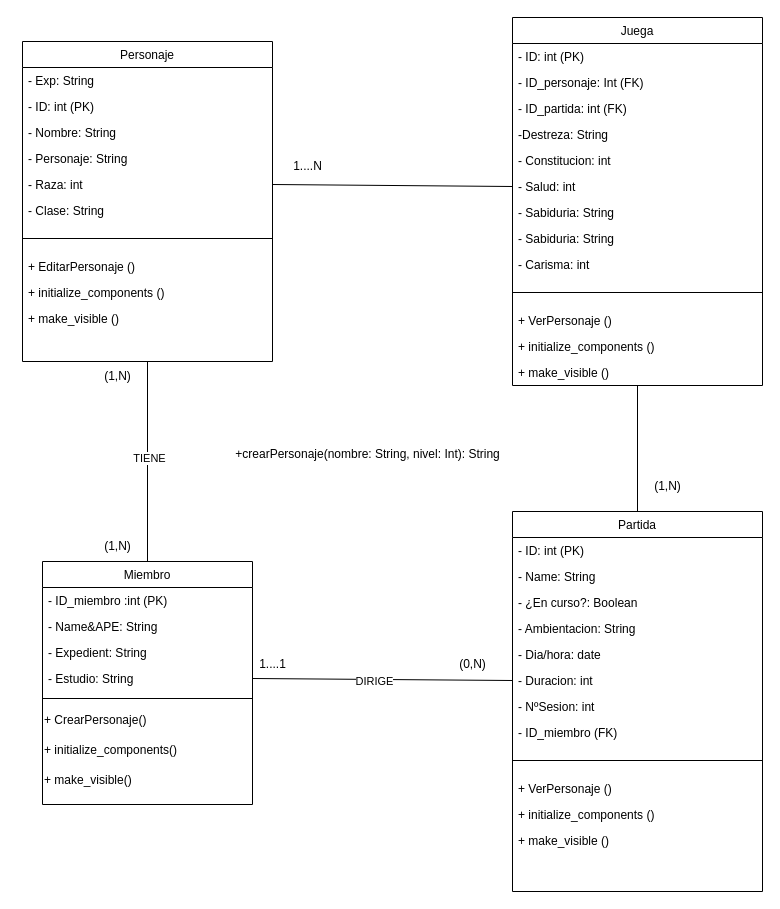
This is Entornos/Diagrama de clases.drawio from ruben170305/AdraKode, a draw.io file, before an edit. Source tidied: cells renumbered, new cells numbered last; positions are measured from the earlier drawing's top-left corner, leaving out a move shared by most shapes. Both pictures are drawn from the tidied source at 100%, with x=0, y=0 at pixel (22, 17).
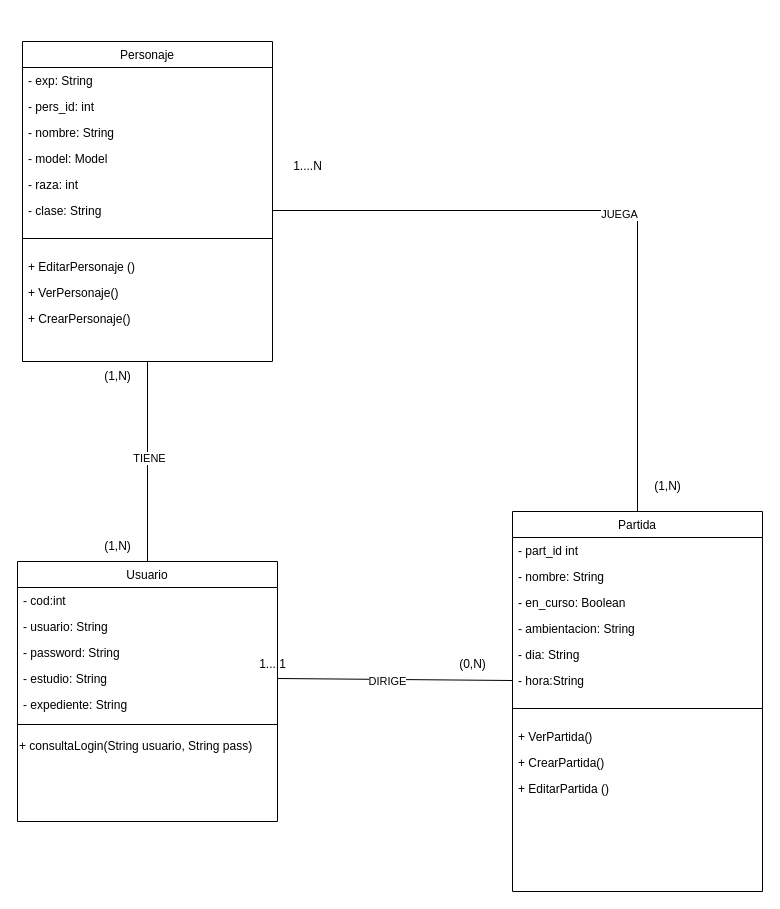
Above is the later version.

Commit message (it also covers changes not shown here):
cambios realizados en el diagrama de clases

The change refers to these unchanged cells:
```xml
<mxCell id="2" value="Personaje" style="swimlane;fontStyle=0;align=center;verticalAlign=top;horizontal=1;startSize=26;rounded=0;shadow=0;strokeWidth=1;" parent="1" vertex="1">
  <mxGeometry y="24" width="250" height="320" as="geometry" />
</mxCell>
<mxCell id="22" value="Partida" style="swimlane;fontStyle=0;align=center;verticalAlign=top;horizontal=1;startSize=26;rounded=0;shadow=0;strokeWidth=1;" parent="1" vertex="1">
  <mxGeometry x="490" y="494" width="250" height="380" as="geometry" />
</mxCell>
```

Change to the diagram source:
```diff
@@
-    <mxCell id="3" value="- Exp: String " style="text;align=left;verticalAlign=top;spacingLeft=4;spacingRight=4;overflow=hidden;" parent="2" vertex="1">
+    <mxCell id="3" value="- exp: String " style="text;align=left;verticalAlign=top;spacingLeft=4;spacingRight=4;overflow=hidden;" parent="2" vertex="1">
       <mxGeometry y="26" width="250" height="26" as="geometry" />
     </mxCell>
-    <mxCell id="4" value="- ID: int (PK)" style="text;align=left;verticalAlign=top;spacingLeft=4;spacingRight=4;overflow=hidden;" parent="2" vertex="1">
+    <mxCell id="4" value="- pers_id: int " style="text;align=left;verticalAlign=top;spacingLeft=4;spacingRight=4;overflow=hidden;" parent="2" vertex="1">
       <mxGeometry y="52" width="250" height="26" as="geometry" />
     </mxCell>
-    <mxCell id="5" value="- Nombre: String" style="text;align=left;verticalAlign=top;spacingLeft=4;spacingRight=4;overflow=hidden;" parent="2" vertex="1">
+    <mxCell id="5" value="- nombre: String" style="text;align=left;verticalAlign=top;spacingLeft=4;spacingRight=4;overflow=hidden;" parent="2" vertex="1">
       <mxGeometry y="78" width="250" height="26" as="geometry" />
     </mxCell>
-    <mxCell id="6" value="- Personaje: String" style="text;align=left;verticalAlign=top;spacingLeft=4;spacingRight=4;overflow=hidden;" parent="2" vertex="1">
+    <mxCell id="6" value="- model: Model" style="text;align=left;verticalAlign=top;spacingLeft=4;spacingRight=4;overflow=hidden;" parent="2" vertex="1">
       <mxGeometry y="104" width="250" height="26" as="geometry" />
     </mxCell>
-    <mxCell id="7" value="- Raza: int" style="text;align=left;verticalAlign=top;spacingLeft=4;spacingRight=4;overflow=hidden;points=[[0,0.5],[1,0.5]];portConstraint=eastwest;" parent="2" vertex="1">
+    <mxCell id="7" value="- raza: int" style="text;align=left;verticalAlign=top;spacingLeft=4;spacingRight=4;overflow=hidden;points=[[0,0.5],[1,0.5]];portConstraint=eastwest;" parent="2" vertex="1">
       <mxGeometry y="130" width="250" height="26" as="geometry" />
     </mxCell>
-    <mxCell id="8" value="- Clase: String" style="text;align=left;verticalAlign=top;spacingLeft=4;spacingRight=4;overflow=hidden;points=[[0,0.5],[1,0.5]];portConstraint=eastwest;" parent="2" vertex="1">
+    <mxCell id="8" value="- clase: String" style="text;align=left;verticalAlign=top;spacingLeft=4;spacingRight=4;overflow=hidden;points=[[0,0.5],[1,0.5]];portConstraint=eastwest;" parent="2" vertex="1">
       <mxGeometry y="156" width="250" height="26" as="geometry" />
     </mxCell>
@@
-    <mxCell id="11" value="+ initialize_components ()" style="text;align=left;verticalAlign=top;spacingLeft=4;spacingRight=4;overflow=hidden;" parent="2" vertex="1">
+    <mxCell id="11" value="+ VerPersonaje()" style="text;align=left;verticalAlign=top;spacingLeft=4;spacingRight=4;overflow=hidden;" parent="2" vertex="1">
       <mxGeometry y="238" width="250" height="26" as="geometry" />
     </mxCell>
-    <mxCell id="12" value="+ make_visible ()" style="text;align=left;verticalAlign=top;spacingLeft=4;spacingRight=4;overflow=hidden;" parent="2" vertex="1">
-      <mxGeometry y="264" width="250" height="26" as="geometry" />
-    </mxCell>
+    <mxCell id="62" value="+ CrearPersonaje()" style="text;align=left;verticalAlign=top;spacingLeft=4;spacingRight=4;overflow=hidden;" parent="2" vertex="1">
+      <mxGeometry y="264" width="250" height="26" as="geometry" />
+    </mxCell>
-    <mxCell id="13" value="Miembro" style="swimlane;fontStyle=0;align=center;verticalAlign=top;horizontal=1;startSize=26;rounded=0;shadow=0;strokeWidth=1;" parent="1" vertex="1">
-      <mxGeometry x="20" y="544" width="210" height="243" as="geometry" />
+    <mxCell id="13" value="Usuario" style="swimlane;fontStyle=0;align=center;verticalAlign=top;horizontal=1;startSize=26;rounded=0;shadow=0;strokeWidth=1;" parent="1" vertex="1">
+      <mxGeometry x="-5" y="544" width="260" height="260" as="geometry" />
     </mxCell>
-    <mxCell id="14" value="- ID_miembro :int (PK) " style="text;align=left;verticalAlign=top;spacingLeft=4;spacingRight=4;overflow=hidden;" parent="13" vertex="1">
-      <mxGeometry y="26" width="210" height="26" as="geometry" />
+    <mxCell id="14" value="- cod:int " style="text;align=left;verticalAlign=top;spacingLeft=4;spacingRight=4;overflow=hidden;" parent="13" vertex="1">
+      <mxGeometry y="26" width="260" height="26" as="geometry" />
     </mxCell>
-    <mxCell id="15" value="- Name&amp;APE: String" style="text;align=left;verticalAlign=top;spacingLeft=4;spacingRight=4;overflow=hidden;rounded=0;shadow=0;html=0;" parent="13" vertex="1">
-      <mxGeometry y="52" width="210" height="26" as="geometry" />
+    <mxCell id="15" value="- usuario: String" style="text;align=left;verticalAlign=top;spacingLeft=4;spacingRight=4;overflow=hidden;rounded=0;shadow=0;html=0;" parent="13" vertex="1">
+      <mxGeometry y="52" width="260" height="26" as="geometry" />
     </mxCell>
-    <mxCell id="16" value="- Expedient: String " style="text;align=left;verticalAlign=top;spacingLeft=4;spacingRight=4;overflow=hidden;rounded=0;shadow=0;html=0;" parent="13" vertex="1">
-      <mxGeometry y="78" width="210" height="26" as="geometry" />
+    <mxCell id="16" value="- password: String " style="text;align=left;verticalAlign=top;spacingLeft=4;spacingRight=4;overflow=hidden;rounded=0;shadow=0;html=0;" parent="13" vertex="1">
+      <mxGeometry y="78" width="260" height="26" as="geometry" />
     </mxCell>
-    <mxCell id="17" value="- Estudio: String" style="text;align=left;verticalAlign=top;spacingLeft=4;spacingRight=4;overflow=hidden;points=[[0,0.5],[1,0.5]];portConstraint=eastwest;rounded=0;shadow=0;html=0;" parent="13" vertex="1">
-      <mxGeometry y="104" width="210" height="26" as="geometry" />
+    <mxCell id="17" value="- estudio: String" style="text;align=left;verticalAlign=top;spacingLeft=4;spacingRight=4;overflow=hidden;points=[[0,0.5],[1,0.5]];portConstraint=eastwest;rounded=0;shadow=0;html=0;" parent="13" vertex="1">
+      <mxGeometry y="104" width="260" height="26" as="geometry" />
     </mxCell>
+    <mxCell id="63" value="- expediente: String" style="text;align=left;verticalAlign=top;spacingLeft=4;spacingRight=4;overflow=hidden;rounded=0;shadow=0;html=0;" parent="13" vertex="1">
+      <mxGeometry y="130" width="260" height="26" as="geometry" />
+    </mxCell>
     <mxCell id="18" style="line;html=1;strokeWidth=1;align=left;verticalAlign=middle;spacingTop=-1;spacingLeft=3;spacingRight=3;labelPosition=right;" parent="13" vertex="1">
-      <mxGeometry y="130" width="210" height="14" as="geometry" />
+      <mxGeometry y="156" width="260" height="14" as="geometry" />
     </mxCell>
-    <mxCell id="19" value="+ CrearPersonaje()" style="text;html=1;align=left;verticalAlign=middle;strokeColor=none;fillColor=none;" parent="13" vertex="1">
-      <mxGeometry y="144" width="210" height="30" as="geometry" />
+    <mxCell id="19" value="+ consultaLogin(String usuario, String pass)" style="text;html=1;align=left;verticalAlign=middle;strokeColor=none;fillColor=none;" parent="13" vertex="1">
+      <mxGeometry y="170" width="260" height="30" as="geometry" />
     </mxCell>
-    <mxCell id="20" value="+ initialize_components()" style="text;html=1;align=left;verticalAlign=middle;strokeColor=none;fillColor=none;" parent="13" vertex="1">
-      <mxGeometry y="174" width="210" height="30" as="geometry" />
-    </mxCell>
-    <mxCell id="21" value="+ make_visible()" style="text;html=1;align=left;verticalAlign=middle;strokeColor=none;fillColor=none;" parent="13" vertex="1">
-      <mxGeometry y="204" width="210" height="30" as="geometry" />
-    </mxCell>
@@
-    <mxCell id="23" value="- ID: int (PK)" style="text;align=left;verticalAlign=top;spacingLeft=4;spacingRight=4;overflow=hidden;rounded=0;shadow=0;html=0;" parent="22" vertex="1">
+    <mxCell id="23" value="- part_id int " style="text;align=left;verticalAlign=top;spacingLeft=4;spacingRight=4;overflow=hidden;rounded=0;shadow=0;html=0;" parent="22" vertex="1">
       <mxGeometry y="26" width="250" height="26" as="geometry" />
     </mxCell>
-    <mxCell id="24" value="- Name: String" style="text;align=left;verticalAlign=top;spacingLeft=4;spacingRight=4;overflow=hidden;rounded=0;shadow=0;html=0;" parent="22" vertex="1">
+    <mxCell id="24" value="- nombre: String" style="text;align=left;verticalAlign=top;spacingLeft=4;spacingRight=4;overflow=hidden;rounded=0;shadow=0;html=0;" parent="22" vertex="1">
       <mxGeometry y="52" width="250" height="26" as="geometry" />
     </mxCell>
-    <mxCell id="25" value="- ¿En curso?: Boolean" style="text;align=left;verticalAlign=top;spacingLeft=4;spacingRight=4;overflow=hidden;rounded=0;shadow=0;html=0;" parent="22" vertex="1">
+    <mxCell id="25" value="- en_curso: Boolean" style="text;align=left;verticalAlign=top;spacingLeft=4;spacingRight=4;overflow=hidden;rounded=0;shadow=0;html=0;" parent="22" vertex="1">
       <mxGeometry y="78" width="250" height="26" as="geometry" />
     </mxCell>
-    <mxCell id="26" value="- Ambientacion: String" style="text;align=left;verticalAlign=top;spacingLeft=4;spacingRight=4;overflow=hidden;rounded=0;shadow=0;html=0;" parent="22" vertex="1">
+    <mxCell id="26" value="- ambientacion: String" style="text;align=left;verticalAlign=top;spacingLeft=4;spacingRight=4;overflow=hidden;rounded=0;shadow=0;html=0;" parent="22" vertex="1">
       <mxGeometry y="104" width="250" height="26" as="geometry" />
     </mxCell>
-    <mxCell id="27" value="- Dia/hora: date" style="text;align=left;verticalAlign=top;spacingLeft=4;spacingRight=4;overflow=hidden;rounded=0;shadow=0;html=0;" parent="22" vertex="1">
+    <mxCell id="27" value="- dia: String" style="text;align=left;verticalAlign=top;spacingLeft=4;spacingRight=4;overflow=hidden;rounded=0;shadow=0;html=0;" parent="22" vertex="1">
       <mxGeometry y="130" width="250" height="26" as="geometry" />
     </mxCell>
-    <mxCell id="28" value="- Duracion: int" style="text;align=left;verticalAlign=top;spacingLeft=4;spacingRight=4;overflow=hidden;points=[[0,0.5],[1,0.5]];portConstraint=eastwest;" parent="22" vertex="1">
+    <mxCell id="28" value="- hora:String" style="text;align=left;verticalAlign=top;spacingLeft=4;spacingRight=4;overflow=hidden;points=[[0,0.5],[1,0.5]];portConstraint=eastwest;" parent="22" vertex="1">
       <mxGeometry y="156" width="250" height="26" as="geometry" />
     </mxCell>
-    <mxCell id="29" value="- NºSesion: int" style="text;align=left;verticalAlign=top;spacingLeft=4;spacingRight=4;overflow=hidden;rounded=0;shadow=0;html=0;" parent="22" vertex="1">
-      <mxGeometry y="182" width="250" height="26" as="geometry" />
-    </mxCell>
-    <mxCell id="30" value="- ID_miembro (FK)" style="text;align=left;verticalAlign=top;spacingLeft=4;spacingRight=4;overflow=hidden;rounded=0;shadow=0;html=0;" parent="22" vertex="1">
-      <mxGeometry y="208" width="250" height="26" as="geometry" />
-    </mxCell>
     <mxCell id="31" style="line;html=1;strokeWidth=1;align=left;verticalAlign=middle;spacingTop=-1;spacingLeft=3;spacingRight=3;labelPosition=right;" parent="22" vertex="1">
-      <mxGeometry y="234" width="250" height="30" as="geometry" />
+      <mxGeometry y="182" width="250" height="30" as="geometry" />
     </mxCell>
-    <mxCell id="32" value="+ VerPersonaje ()" style="text;align=left;verticalAlign=top;spacingLeft=4;spacingRight=4;overflow=hidden;" parent="22" vertex="1">
-      <mxGeometry y="264" width="250" height="26" as="geometry" />
+    <mxCell id="32" value="+ VerPartida()" style="text;align=left;verticalAlign=top;spacingLeft=4;spacingRight=4;overflow=hidden;" parent="22" vertex="1">
+      <mxGeometry y="212" width="250" height="26" as="geometry" />
     </mxCell>
-    <mxCell id="33" value="+ initialize_components ()" style="text;align=left;verticalAlign=top;spacingLeft=4;spacingRight=4;overflow=hidden;" parent="22" vertex="1">
-      <mxGeometry y="290" width="250" height="26" as="geometry" />
+    <mxCell id="33" value="+ CrearPartida()" style="text;align=left;verticalAlign=top;spacingLeft=4;spacingRight=4;overflow=hidden;" parent="22" vertex="1">
+      <mxGeometry y="238" width="250" height="26" as="geometry" />
     </mxCell>
-    <mxCell id="34" value="+ make_visible ()" style="text;align=left;verticalAlign=top;spacingLeft=4;spacingRight=4;overflow=hidden;" parent="22" vertex="1">
-      <mxGeometry y="316" width="250" height="26" as="geometry" />
+    <mxCell id="34" value="+ EditarPartida ()" style="text;align=left;verticalAlign=top;spacingLeft=4;spacingRight=4;overflow=hidden;" parent="22" vertex="1">
+      <mxGeometry y="264" width="250" height="26" as="geometry" />
     </mxCell>
-    <mxCell id="35" value="Juega" style="swimlane;fontStyle=0;align=center;verticalAlign=top;horizontal=1;startSize=26;rounded=0;shadow=0;strokeWidth=1;" parent="1" vertex="1">
-      <mxGeometry x="490" width="250" height="368" as="geometry" />
-    </mxCell>
-    <mxCell id="36" value="- ID: int (PK)" style="text;align=left;verticalAlign=top;spacingLeft=4;spacingRight=4;overflow=hidden;" parent="35" vertex="1">
-      <mxGeometry y="26" width="250" height="26" as="geometry" />
-    </mxCell>
-    <mxCell id="37" value="- ID_personaje: Int (FK)" style="text;align=left;verticalAlign=top;spacingLeft=4;spacingRight=4;overflow=hidden;" parent="35" vertex="1">
-      <mxGeometry y="52" width="250" height="26" as="geometry" />
-    </mxCell>
-    <mxCell id="38" value="- ID_partida: int (FK)" style="text;align=left;verticalAlign=top;spacingLeft=4;spacingRight=4;overflow=hidden;" parent="35" vertex="1">
-      <mxGeometry y="78" width="250" height="26" as="geometry" />
-    </mxCell>
-    <mxCell id="39" value="-Destreza: String" style="text;align=left;verticalAlign=top;spacingLeft=4;spacingRight=4;overflow=hidden;" parent="35" vertex="1">
-      <mxGeometry y="104" width="250" height="26" as="geometry" />
-    </mxCell>
-    <mxCell id="40" value="- Constitucion: int " style="text;align=left;verticalAlign=top;spacingLeft=4;spacingRight=4;overflow=hidden;" parent="35" vertex="1">
-      <mxGeometry y="130" width="250" height="26" as="geometry" />
-    </mxCell>
-    <mxCell id="41" value="- Salud: int" style="text;align=left;verticalAlign=top;spacingLeft=4;spacingRight=4;overflow=hidden;points=[[0,0.5],[1,0.5]];portConstraint=eastwest;" parent="35" vertex="1">
-      <mxGeometry y="156" width="250" height="26" as="geometry" />
-    </mxCell>
-    <mxCell id="42" value="- Sabiduria: String" style="text;align=left;verticalAlign=top;spacingLeft=4;spacingRight=4;overflow=hidden;" parent="35" vertex="1">
-      <mxGeometry y="182" width="250" height="26" as="geometry" />
-    </mxCell>
-    <mxCell id="43" value="- Sabiduria: String" style="text;align=left;verticalAlign=top;spacingLeft=4;spacingRight=4;overflow=hidden;" parent="35" vertex="1">
-      <mxGeometry y="208" width="250" height="26" as="geometry" />
-    </mxCell>
-    <mxCell id="44" value="- Carisma: int" style="text;align=left;verticalAlign=top;spacingLeft=4;spacingRight=4;overflow=hidden;" parent="35" vertex="1">
-      <mxGeometry y="234" width="250" height="26" as="geometry" />
-    </mxCell>
-    <mxCell id="45" style="line;html=1;strokeWidth=1;align=left;verticalAlign=middle;spacingTop=-1;spacingLeft=3;spacingRight=3;labelPosition=right;" parent="35" vertex="1">
-      <mxGeometry y="260" width="250" height="30" as="geometry" />
-    </mxCell>
-    <mxCell id="46" value="+ VerPersonaje ()" style="text;align=left;verticalAlign=top;spacingLeft=4;spacingRight=4;overflow=hidden;" parent="35" vertex="1">
-      <mxGeometry y="290" width="250" height="26" as="geometry" />
-    </mxCell>
-    <mxCell id="47" value="+ initialize_components ()" style="text;align=left;verticalAlign=top;spacingLeft=4;spacingRight=4;overflow=hidden;" parent="35" vertex="1">
-      <mxGeometry y="316" width="250" height="26" as="geometry" />
-    </mxCell>
-    <mxCell id="48" value="+ make_visible ()" style="text;align=left;verticalAlign=top;spacingLeft=4;spacingRight=4;overflow=hidden;points=[[0,0.5],[1,0.5]];portConstraint=eastwest;" parent="35" vertex="1">
-      <mxGeometry y="342" width="250" height="26" as="geometry" />
-    </mxCell>
@@
-    <mxCell id="58" style="endArrow=none;html=1;rounded=0;exitX=0.5;exitY=0;exitDx=0;exitDy=0;" parent="1" edge="1" source="22" target="48">
-      <mxGeometry relative="1" as="geometry" />
-    </mxCell>
-    <mxCell id="59" style="endArrow=none;html=1;rounded=0;exitX=1;exitY=0.5;exitDx=0;exitDy=0;entryX=0;entryY=0.5;entryDx=0;entryDy=0;" parent="1" edge="1" source="7" target="41">
-      <mxGeometry relative="1" as="geometry" />
-    </mxCell>
@@
-    <mxCell id="61" value="+crearPersonaje(nombre: String, nivel: Int): String" style="text;html=1;align=center;verticalAlign=middle;strokeColor=none;fillColor=none;" parent="1" vertex="1">
-      <mxGeometry x="200" y="422" width="290" height="30" as="geometry" />
-    </mxCell>
+    <mxCell id="64" style="endArrow=none;html=1;rounded=0;exitX=1;exitY=0.5;exitDx=0;exitDy=0;entryX=0.5;entryY=0;entryDx=0;entryDy=0;" parent="1" edge="1" source="8" target="22">
+      <mxGeometry relative="1" as="geometry">
+        <Array as="points">
+          <mxPoint x="615" y="193" />
+        </Array>
+      </mxGeometry>
+    </mxCell>
+    <mxCell id="65" value="JUEGA" style="edgeLabel;html=1;align=center;verticalAlign=middle;" parent="64" vertex="1">
+      <mxGeometry x="0.04" y="-3" relative="1" as="geometry" />
+    </mxCell>
```
